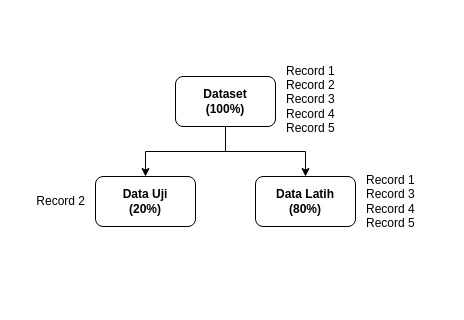
Above: Dokumen TA/Paper/Gambar/Proses pemisahan data.drawio in muspriandi/TextMining-SentimentAnalysis (draw.io), before the change. Source tidied: cells renumbered, new cells numbered last; positions are measured from the earlier drawing's top-left corner, leaving out a move shared by most shapes. Both pictures are drawn from the tidied source at 100%, with x=0, y=0 at pixel (17, 64).
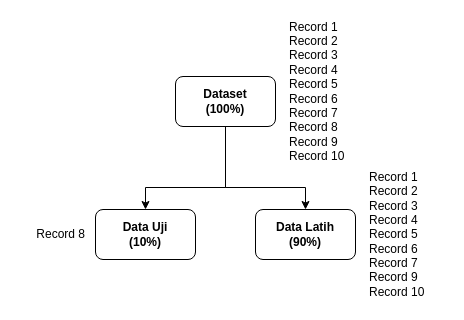
After the change.

Change to the diagram source:
```diff
@@
 <mxGraphModel>
   <root>
     <mxCell id="0" />
     <mxCell id="1" parent="0" />
-    <mxCell id="2" style="edgeStyle=orthogonalEdgeStyle;rounded=0;jettySize=auto;html=1;entryX=0.5;entryY=0;entryDx=0;entryDy=0;" parent="1" edge="1" source="4" target="5">
-      <mxGeometry relative="1" as="geometry" />
-    </mxCell>
-    <mxCell id="3" style="edgeStyle=orthogonalEdgeStyle;rounded=0;jettySize=auto;html=1;entryX=0.5;entryY=0;entryDx=0;entryDy=0;" parent="1" edge="1" source="4" target="6">
-      <mxGeometry relative="1" as="geometry" />
-    </mxCell>
+    <mxCell id="10" style="edgeStyle=orthogonalEdgeStyle;rounded=0;jettySize=auto;html=1;entryX=0.5;entryY=0;entryDx=0;entryDy=0;" parent="1" edge="1" source="4" target="12">
+      <mxGeometry relative="1" as="geometry">
+        <Array as="points">
+          <mxPoint x="208" y="123" />
+          <mxPoint x="128" y="123" />
+        </Array>
+      </mxGeometry>
+    </mxCell>
+    <mxCell id="11" style="edgeStyle=orthogonalEdgeStyle;rounded=0;jettySize=auto;html=1;entryX=0.5;entryY=0;entryDx=0;entryDy=0;" parent="1" edge="1" source="4" target="13">
+      <mxGeometry relative="1" as="geometry">
+        <Array as="points">
+          <mxPoint x="208" y="123" />
+          <mxPoint x="288" y="123" />
+        </Array>
+      </mxGeometry>
+    </mxCell>
     <mxCell id="4" value="&lt;b&gt;Dataset&lt;br&gt;(100%)&lt;/b&gt;" style="rounded=1;whiteSpace=wrap;html=1;" parent="1" vertex="1">
       <mxGeometry x="158" y="12" width="100" height="50" as="geometry" />
     </mxCell>
-    <mxCell id="5" value="&lt;b&gt;Data Uji&lt;br&gt;(20%)&lt;/b&gt;" style="rounded=1;whiteSpace=wrap;html=1;" parent="1" vertex="1">
-      <mxGeometry x="78" y="112" width="100" height="50" as="geometry" />
-    </mxCell>
-    <mxCell id="6" value="&lt;b&gt;Data Latih&lt;br&gt;(80%)&lt;/b&gt;" style="rounded=1;whiteSpace=wrap;html=1;" parent="1" vertex="1">
-      <mxGeometry x="238" y="112" width="100" height="50" as="geometry" />
-    </mxCell>
-    <mxCell id="7" value="Record 1&lt;br&gt;Record 2&lt;br&gt;Record 3&lt;br&gt;Record 4&amp;nbsp;&lt;br&gt;Record 5" style="text;html=1;strokeColor=none;fillColor=none;align=left;verticalAlign=middle;whiteSpace=wrap;rounded=0;" parent="1" vertex="1">
-      <mxGeometry x="267" width="80" height="70" as="geometry" />
-    </mxCell>
-    <mxCell id="8" value="Record 1&lt;br&gt;Record 3&lt;br&gt;Record 4&amp;nbsp;&lt;br&gt;Record 5" style="text;html=1;strokeColor=none;fillColor=none;align=left;verticalAlign=middle;whiteSpace=wrap;rounded=0;" parent="1" vertex="1">
-      <mxGeometry x="347" y="102" width="80" height="70" as="geometry" />
-    </mxCell>
-    <mxCell id="9" value="Record 2" style="text;html=1;strokeColor=none;fillColor=none;align=right;verticalAlign=middle;whiteSpace=wrap;rounded=0;" parent="1" vertex="1">
-      <mxGeometry y="102" width="70" height="70" as="geometry" />
-    </mxCell>
+    <mxCell id="12" value="&lt;b&gt;Data Uji&lt;br&gt;(10%)&lt;/b&gt;" style="rounded=1;whiteSpace=wrap;html=1;" parent="1" vertex="1">
+      <mxGeometry x="78" y="145" width="100" height="50" as="geometry" />
+    </mxCell>
+    <mxCell id="13" value="&lt;b&gt;Data Latih&lt;br&gt;(90%)&lt;/b&gt;" style="rounded=1;whiteSpace=wrap;html=1;" parent="1" vertex="1">
+      <mxGeometry x="238" y="145" width="100" height="50" as="geometry" />
+    </mxCell>
+    <mxCell id="14" value="Record 1&lt;br&gt;Record 2&lt;br&gt;Record 3&lt;br&gt;Record 4&amp;nbsp;&lt;br&gt;Record 5&lt;br&gt;Record 6&lt;br&gt;Record 7&lt;br&gt;Record 8&lt;br&gt;Record 9&amp;nbsp;&lt;br&gt;Record 10" style="text;html=1;strokeColor=none;fillColor=none;align=left;verticalAlign=middle;whiteSpace=wrap;rounded=0;" parent="1" vertex="1">
+      <mxGeometry x="270" y="-47" width="80" height="148" as="geometry" />
+    </mxCell>
+    <mxCell id="15" value="Record 1&lt;br&gt;Record 2&lt;br&gt;Record 3&lt;br&gt;Record 4&amp;nbsp;&lt;br&gt;Record 5&lt;br&gt;Record 6&lt;br&gt;Record 7&lt;br&gt;Record 9&amp;nbsp;&lt;br&gt;Record 10" style="text;html=1;strokeColor=none;fillColor=none;align=left;verticalAlign=middle;whiteSpace=wrap;rounded=0;" parent="1" vertex="1">
+      <mxGeometry x="350" y="101" width="80" height="138" as="geometry" />
+    </mxCell>
+    <mxCell id="16" value="Record 8" style="text;html=1;strokeColor=none;fillColor=none;align=right;verticalAlign=middle;whiteSpace=wrap;rounded=0;" parent="1" vertex="1">
+      <mxGeometry y="135" width="70" height="70" as="geometry" />
+    </mxCell>
   </root>
 </mxGraphModel>
```
